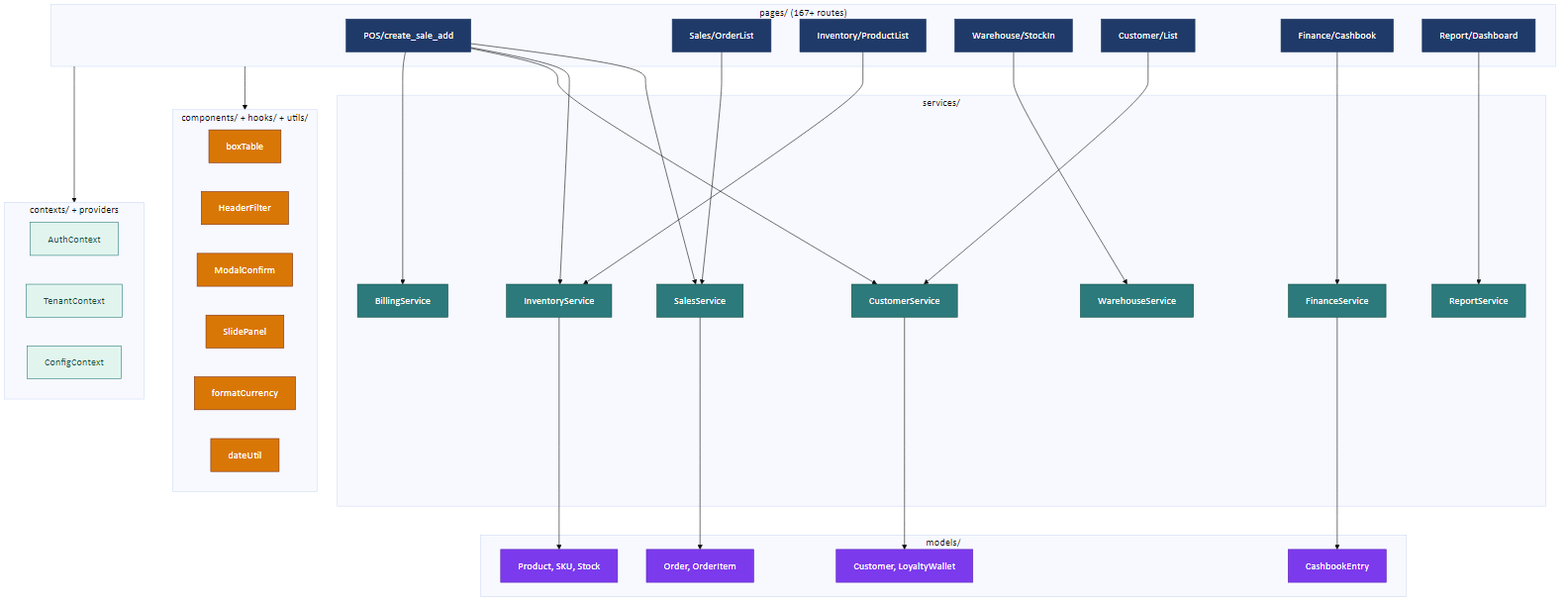
ducdung872001/cloud-crm keeps this Mermaid diagram as docs/sa/diagrams/08-frontend-module-dependency.png. Above is the earlier version. Its source is kept beside it as docs/sa/diagrams/sources/08-frontend-module-dependency.mmd.
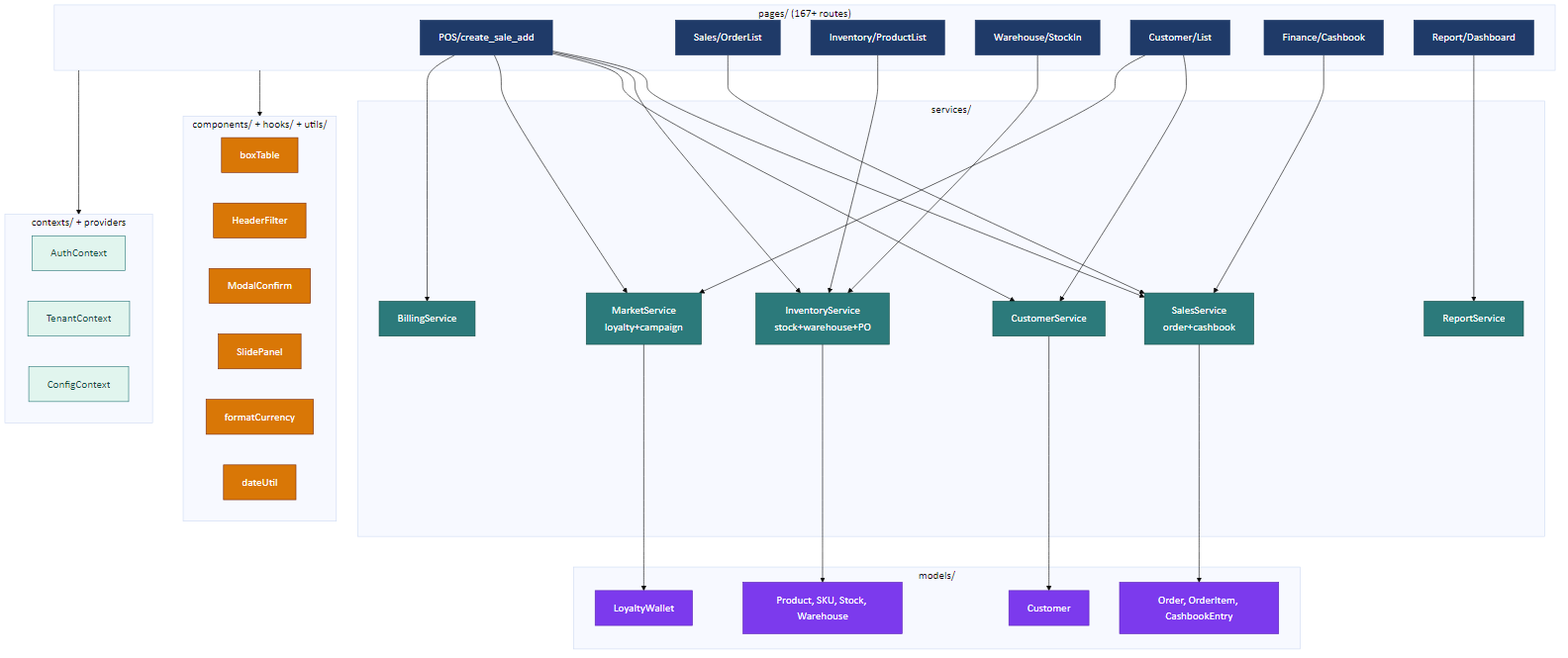
After the change.

The edit, as a diff of the source:
```diff
@@ -11,20 +11,19 @@
     end
 
     subgraph SERVICES["services/"]
-      SS[SalesService]
-      IS[InventoryService]
-      WS[WarehouseService]
+      SS[SalesService<br/>order+cashbook]
+      IS[InventoryService<br/>stock+warehouse+PO]
       CS[CustomerService]
-      FS[FinanceService]
+      MS[MarketService<br/>loyalty+campaign]
       RS[ReportService]
       BS[BillingService]
     end
 
     subgraph MODELS["models/"]
-      M_ORD[Order, OrderItem]
-      M_PRD[Product, SKU, Stock]
-      M_CUST[Customer, LoyaltyWallet]
-      M_CASH[CashbookEntry]
+      M_ORD[Order, OrderItem, CashbookEntry]
+      M_PRD[Product, SKU, Stock, Warehouse]
+      M_CUST[Customer]
+      M_LOY[LoyaltyWallet]
     end
 
     subgraph SHARED["components/ + hooks/ + utils/"]
@@ -45,18 +44,20 @@
     POS_P --> SS
     POS_P --> IS
     POS_P --> CS
+    POS_P --> MS
     ORD_P --> SS
     INV_P --> IS
-    WH_P --> WS
+    WH_P --> IS
     CUST_P --> CS
-    FIN_P --> FS
+    CUST_P --> MS
+    FIN_P --> SS
     RPT_P --> RS
     POS_P --> BS
 
     SS --> M_ORD
     IS --> M_PRD
     CS --> M_CUST
-    FS --> M_CASH
+    MS --> M_LOY
 
     PAGES --> SHARED
     PAGES --> CTX
@@ -68,7 +69,7 @@
     classDef cx fill:#E1F5EE,stroke:#2C7A7B,color:#0F4C44
 
     class POS_P,ORD_P,INV_P,WH_P,CUST_P,FIN_P,RPT_P pg
-    class SS,IS,WS,CS,FS,RS,BS sv
-    class M_ORD,M_PRD,M_CUST,M_CASH md
+    class SS,IS,CS,MS,RS,BS sv
+    class M_ORD,M_PRD,M_CUST,M_LOY md
     class BOX,HF,MC,SP,FMT,DT sh
     class AUTH,TENANT,CFG cx
```
